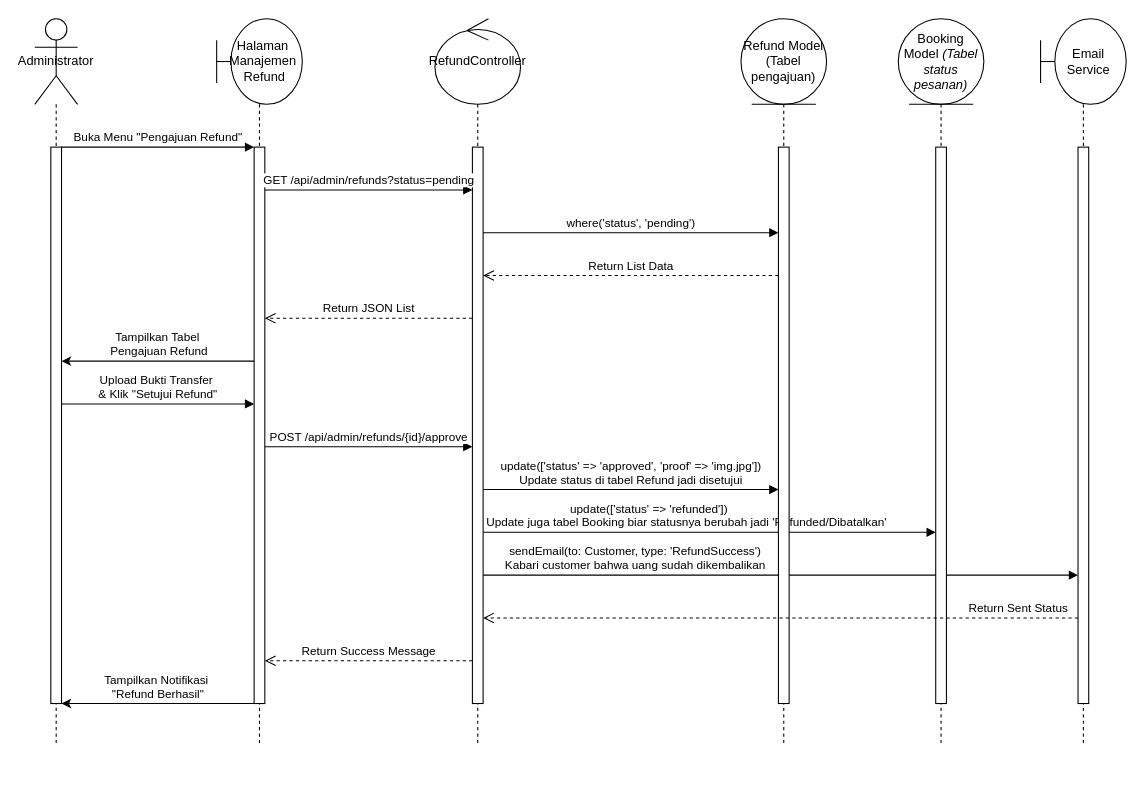
This is Mengelola Pengajuan Refund (Administrator).drawio from UlulAzmiALatala/moodly-app, a draw.io file, before an edit. Source tidied: cells renumbered, new cells numbered last; positions are measured from the earlier drawing's top-left corner, leaving out a move shared by most shapes. Both pictures are drawn from the tidied source at 107%, with x=0, y=0 at pixel (34, 18).
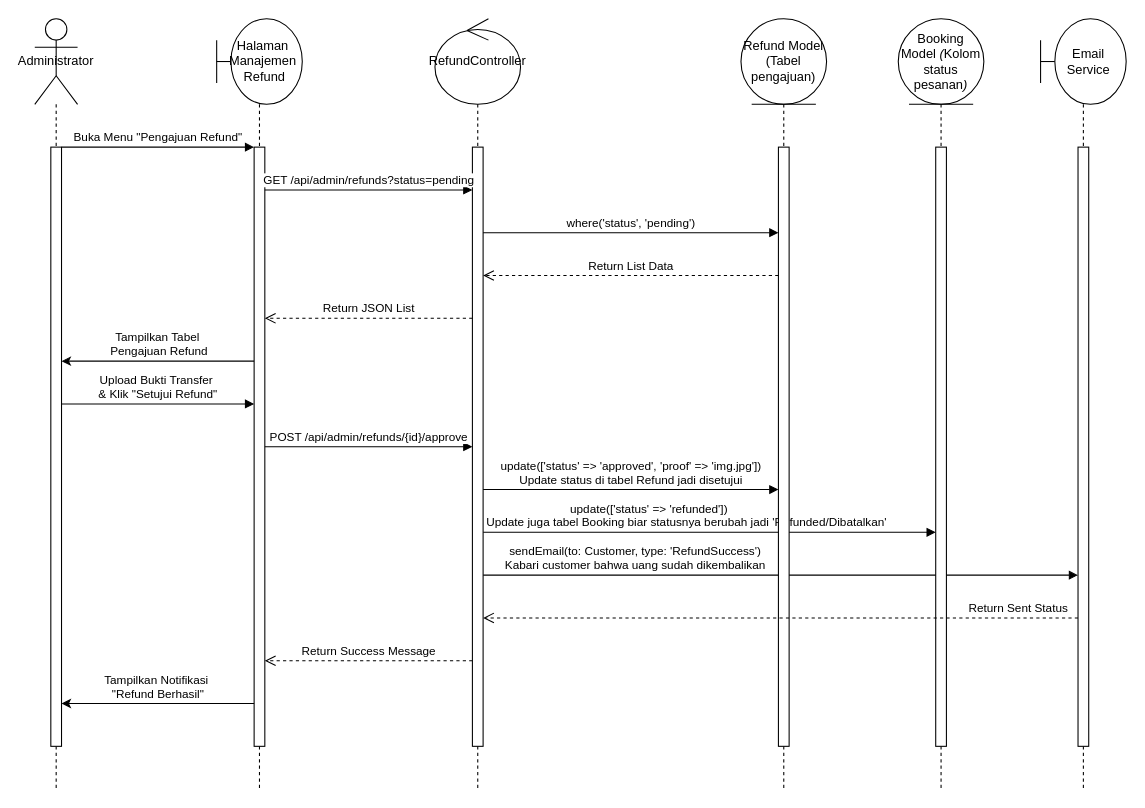
The same page after the edit.

Change to the diagram source:
```diff
@@
     <mxCell id="4" value="Administrator" style="shape=umlLifeline;perimeter=lifelinePerimeter;whiteSpace=wrap;html=1;newEdgeStyle={&quot;curved&quot;:0,&quot;rounded&quot;:0};participant=umlActor;size=80;" parent="1" vertex="1">
-      <mxGeometry width="40" height="680" as="geometry" />
+      <mxGeometry width="40" height="720" as="geometry" />
     </mxCell>
     <mxCell id="5" style="html=1;points=[[0,0,0,0,5],[0,1,0,0,-5],[1,0,0,0,5],[1,1,0,0,-5]];perimeter=orthogonalPerimeter;outlineConnect=0;targetShapes=umlLifeline;portConstraint=eastwest;newEdgeStyle={&quot;curved&quot;:0,&quot;rounded&quot;:0};" parent="4" vertex="1">
-      <mxGeometry x="15" y="120" width="10" height="520" as="geometry" />
+      <mxGeometry x="15" y="120" width="10" height="560" as="geometry" />
     </mxCell>
     <mxCell id="6" value="&amp;nbsp; &amp;nbsp; &amp;nbsp;Halaman&amp;nbsp; &amp;nbsp; &amp;nbsp; &amp;nbsp;Manajemen&amp;nbsp; &amp;nbsp; &amp;nbsp;Refund" style="shape=umlLifeline;perimeter=lifelinePerimeter;whiteSpace=wrap;html=1;newEdgeStyle={&quot;curved&quot;:0,&quot;rounded&quot;:0};participant=umlBoundary;size=80;" parent="1" vertex="1">
-      <mxGeometry x="170" width="80" height="680" as="geometry" />
+      <mxGeometry x="170" width="80" height="720" as="geometry" />
     </mxCell>
     <mxCell id="7" style="html=1;points=[[0,0,0,0,5],[0,1,0,0,-5],[1,0,0,0,5],[1,1,0,0,-5]];perimeter=orthogonalPerimeter;outlineConnect=0;targetShapes=umlLifeline;portConstraint=eastwest;newEdgeStyle={&quot;curved&quot;:0,&quot;rounded&quot;:0};" parent="6" vertex="1">
-      <mxGeometry x="35" y="120" width="10" height="520" as="geometry" />
+      <mxGeometry x="35" y="120" width="10" height="560" as="geometry" />
     </mxCell>
     <mxCell id="8" value="RefundController" style="shape=umlLifeline;perimeter=lifelinePerimeter;whiteSpace=wrap;html=1;newEdgeStyle={&quot;curved&quot;:0,&quot;rounded&quot;:0};participant=umlControl;size=80;" parent="1" vertex="1">
-      <mxGeometry x="374" width="80" height="680" as="geometry" />
+      <mxGeometry x="374" width="80" height="720" as="geometry" />
     </mxCell>
     <mxCell id="9" style="html=1;points=[[0,0,0,0,5],[0,1,0,0,-5],[1,0,0,0,5],[1,1,0,0,-5]];perimeter=orthogonalPerimeter;outlineConnect=0;targetShapes=umlLifeline;portConstraint=eastwest;newEdgeStyle={&quot;curved&quot;:0,&quot;rounded&quot;:0};" parent="8" vertex="1">
-      <mxGeometry x="35" y="120" width="10" height="520" as="geometry" />
+      <mxGeometry x="35" y="120" width="10" height="560" as="geometry" />
     </mxCell>
     <mxCell id="10" value="Refund Model &lt;span style=&quot;&quot;&gt;(Tabel pengajuan)&lt;/span&gt;" style="shape=umlLifeline;perimeter=lifelinePerimeter;whiteSpace=wrap;html=1;newEdgeStyle={&quot;curved&quot;:0,&quot;rounded&quot;:0};participant=umlEntity;size=80;" parent="1" vertex="1">
-      <mxGeometry x="660" width="80" height="680" as="geometry" />
+      <mxGeometry x="660" width="80" height="720" as="geometry" />
     </mxCell>
     <mxCell id="11" style="html=1;points=[[0,0,0,0,5],[0,1,0,0,-5],[1,0,0,0,5],[1,1,0,0,-5]];perimeter=orthogonalPerimeter;outlineConnect=0;targetShapes=umlLifeline;portConstraint=eastwest;newEdgeStyle={&quot;curved&quot;:0,&quot;rounded&quot;:0};" parent="10" vertex="1">
-      <mxGeometry x="35" y="120" width="10" height="520" as="geometry" />
+      <mxGeometry x="35" y="120" width="10" height="560" as="geometry" />
     </mxCell>
@@
-    <mxCell id="23" value="Booking Model &lt;i&gt;(Tabel status pesanan)&lt;/i&gt;" style="shape=umlLifeline;perimeter=lifelinePerimeter;whiteSpace=wrap;html=1;newEdgeStyle={&quot;curved&quot;:0,&quot;rounded&quot;:0};participant=umlEntity;size=80;" parent="1" vertex="1">
-      <mxGeometry x="807" width="80" height="680" as="geometry" />
+    <mxCell id="23" value="Booking Model &lt;i&gt;(&lt;/i&gt;&lt;span&gt;Kolom status pesanan&lt;/span&gt;&lt;i&gt;)&lt;/i&gt;" style="shape=umlLifeline;perimeter=lifelinePerimeter;whiteSpace=wrap;html=1;newEdgeStyle={&quot;curved&quot;:0,&quot;rounded&quot;:0};participant=umlEntity;size=80;" parent="1" vertex="1">
+      <mxGeometry x="807" width="80" height="720" as="geometry" />
     </mxCell>
     <mxCell id="24" style="html=1;points=[[0,0,0,0,5],[0,1,0,0,-5],[1,0,0,0,5],[1,1,0,0,-5]];perimeter=orthogonalPerimeter;outlineConnect=0;targetShapes=umlLifeline;portConstraint=eastwest;newEdgeStyle={&quot;curved&quot;:0,&quot;rounded&quot;:0};" parent="23" vertex="1">
-      <mxGeometry x="35" y="120" width="10" height="520" as="geometry" />
+      <mxGeometry x="35" y="120" width="10" height="560" as="geometry" />
     </mxCell>
     <mxCell id="25" value="&amp;nbsp; &amp;nbsp; Email&amp;nbsp;&lt;div&gt;&amp;nbsp; &amp;nbsp;Service&lt;/div&gt;" style="shape=umlLifeline;perimeter=lifelinePerimeter;whiteSpace=wrap;html=1;newEdgeStyle={&quot;curved&quot;:0,&quot;rounded&quot;:0};participant=umlBoundary;size=80;" parent="1" vertex="1">
-      <mxGeometry x="940" width="80" height="680" as="geometry" />
+      <mxGeometry x="940" width="80" height="720" as="geometry" />
     </mxCell>
     <mxCell id="26" style="html=1;points=[[0,0,0,0,5],[0,1,0,0,-5],[1,0,0,0,5],[1,1,0,0,-5]];perimeter=orthogonalPerimeter;outlineConnect=0;targetShapes=umlLifeline;portConstraint=eastwest;newEdgeStyle={&quot;curved&quot;:0,&quot;rounded&quot;:0};" parent="25" vertex="1">
-      <mxGeometry x="35" y="120" width="10" height="520" as="geometry" />
+      <mxGeometry x="35" y="120" width="10" height="560" as="geometry" />
     </mxCell>
```
